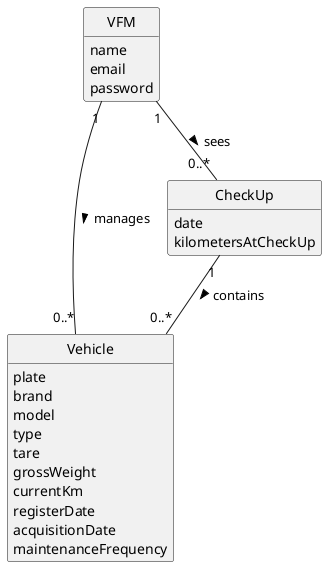
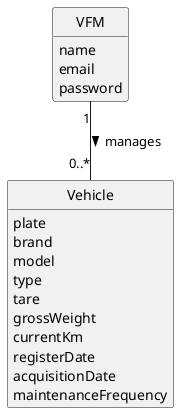
@startuml
skinparam monochrome true
skinparam packageStyle rectangle
skinparam shadowing false

'left to right direction

skinparam classAttributeIconSize 0

hide circle
hide methods

'title Domain Model

class VFM {
    name
    email
    password
}

class Vehicle {
    plate
    brand
    model
    type
    tare
    grossWeight
    currentKm
    registerDate
    acquisitionDate
    maintenanceFrequency
}

- class CheckUp{
-     date
-     kilometersAtCheckUp
- }
+ VFM "1" -- "0..*" Vehicle : manages >


- VFM "1" -- "0..*" Vehicle : manages >
- VFM "1" -- "0..*" CheckUp : sees >
- CheckUp "1" -- "0..*" Vehicle : contains >
- 
@enduml